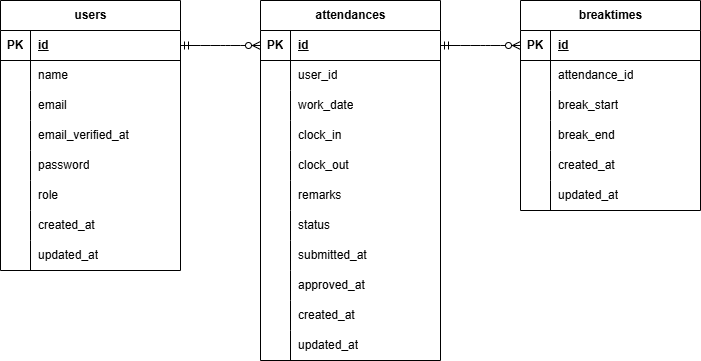
Before: erd/case2.drawio.png, a diagram exported from draw.io (dasayo1215/Case2_TimeTracker). Source tidied: cells renumbered, new cells last; positions are measured from the earlier drawing's top-left corner, leaving out a move shared by most shapes.
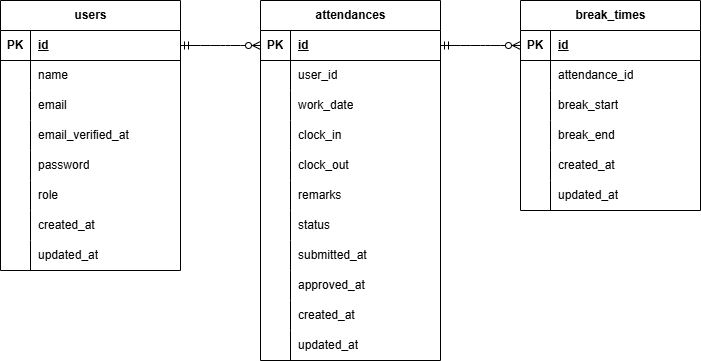
The same file after the commit.

Change to the diagram source:
```diff
@@ -179,7 +179,7 @@
     <mxCell id="60" value="updated_at" style="shape=partialRectangle;fillColor=none;top=0;left=0;bottom=0;right=0;align=left;spacingLeft=6;overflow=hidden;whiteSpace=wrap;html=1;" parent="58" vertex="1">
       <mxGeometry x="30" width="150" height="30" as="geometry" />
     </mxCell>
-    <mxCell id="61" value="breaktimes" style="shape=table;startSize=30;rowLines=0;fontStyle=1;align=center;html=1;" parent="1" vertex="1">
+    <mxCell id="61" value="break_times" style="shape=table;startSize=30;rowLines=0;fontStyle=1;align=center;html=1;" parent="1" vertex="1">
       <mxGeometry x="520" width="180" height="210" as="geometry" />
     </mxCell>
     <mxCell id="62" style="shape=tableRow;horizontal=0;startSize=0;swimlaneHead=0;swimlaneBody=0;fillColor=none;points=[[0,0.5],[1,0.5]];portConstraint=eastwest;top=0;left=0;right=0;bottom=1;" parent="61" vertex="1">
```
